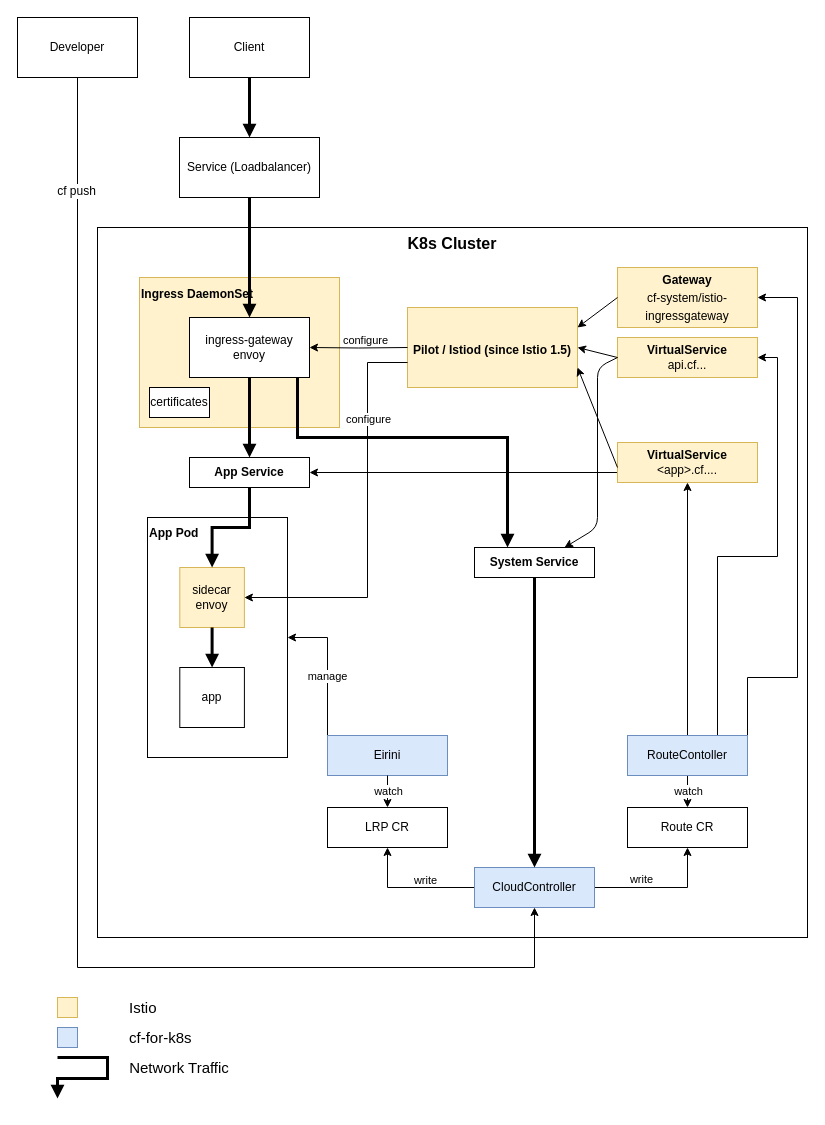
akhinos/cf4k8s-networking keeps this draw.io diagram as doc/Network.drawio. Above is the earlier version. Source tidied: cells renumbered, new cells numbered last; positions are measured from the earlier drawing's top-left corner, leaving out a move shared by most shapes. Both pictures are drawn from the tidied source at 100%, with x=0, y=0 at pixel (17, 17).
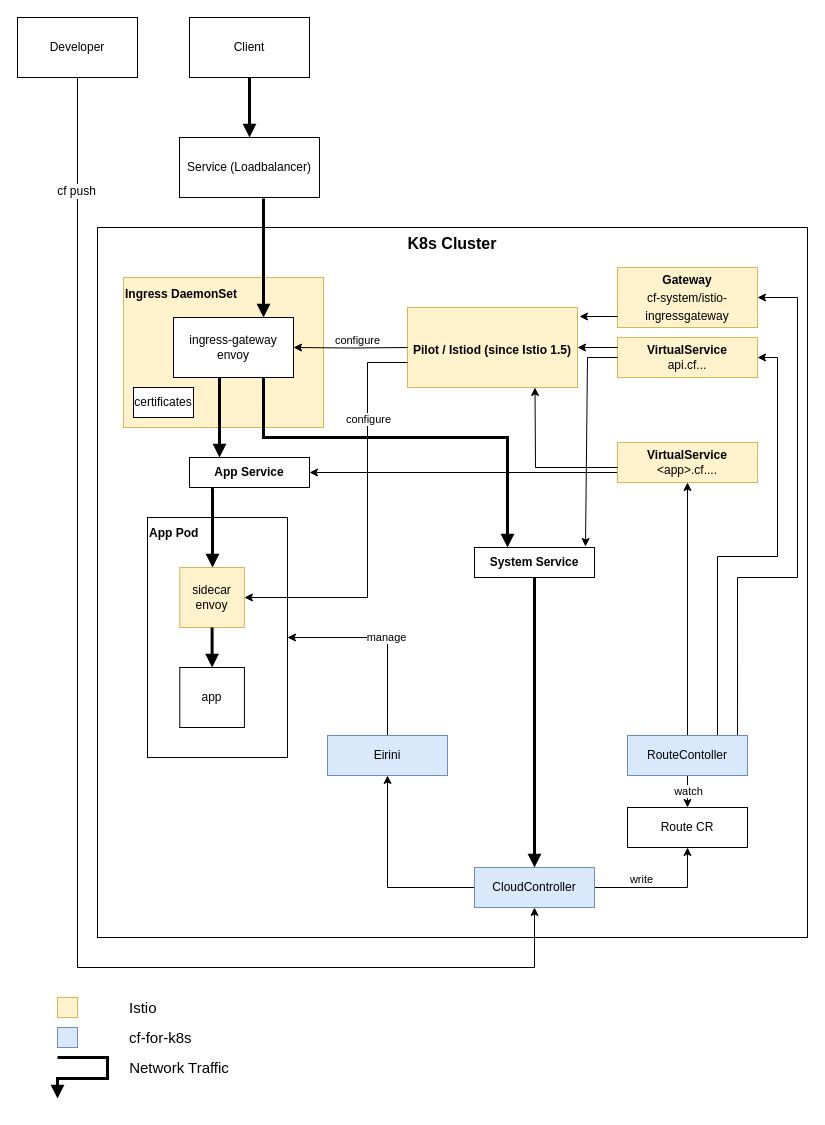
After the change.

Unchanged cells that the change refers to:
```xml
<mxCell id="8" value="Service (Loadbalancer)" style="rounded=0;whiteSpace=wrap;html=1;" parent="1" vertex="1">
  <mxGeometry x="162" y="120" width="140" height="60" as="geometry" />
</mxCell>
<mxCell id="10" value="&lt;font style=&quot;font-size: 12px&quot;&gt;App Pod&lt;/font&gt;" style="rounded=0;whiteSpace=wrap;html=1;verticalAlign=top;fontSize=14;fontStyle=1;align=left;" parent="9" vertex="1">
  <mxGeometry width="140" height="240" as="geometry" />
</mxCell>
<mxCell id="11" value="sidecar&lt;br&gt;envoy" style="rounded=0;whiteSpace=wrap;html=1;fillColor=#fff2cc;strokeColor=#d6b656;" parent="9" vertex="1">
  <mxGeometry x="32.3" y="50" width="64.6" height="60" as="geometry" />
</mxCell>
<mxCell id="14" value="&lt;div style=&quot;line-height: 18px&quot;&gt;&lt;font&gt;&lt;b&gt;&lt;font style=&quot;font-size: 12px&quot;&gt;Gateway&lt;/font&gt;&lt;br&gt;&lt;/b&gt;&lt;/font&gt;cf-system/istio-ingressgateway&lt;/div&gt;" style="rounded=0;whiteSpace=wrap;html=1;fillColor=#fff2cc;strokeColor=#d6b656;labelBackgroundColor=none;" parent="1" vertex="1">
  <mxGeometry x="600" y="250" width="140" height="60" as="geometry" />
</mxCell>
<mxCell id="15" value="&lt;b&gt;VirtualService&lt;/b&gt;&lt;br&gt;api.cf..." style="rounded=0;whiteSpace=wrap;html=1;fillColor=#fff2cc;strokeColor=#d6b656;" parent="1" vertex="1">
  <mxGeometry x="600" y="320" width="140" height="40" as="geometry" />
</mxCell>
<mxCell id="17" value="&lt;b&gt;&lt;br&gt;&lt;br&gt;Pilot / Istiod (since Istio 1.5)&lt;/b&gt;" style="rounded=0;whiteSpace=wrap;html=1;verticalAlign=top;fillColor=#fff2cc;strokeColor=#d6b656;" parent="16" vertex="1">
  <mxGeometry width="170" height="80" as="geometry" />
</mxCell>
<mxCell id="23" value="RouteContoller" style="rounded=0;whiteSpace=wrap;html=1;fillColor=#dae8fc;strokeColor=#6c8ebf;" parent="1" vertex="1">
  <mxGeometry x="610" y="718" width="120" height="40" as="geometry" />
</mxCell>
<mxCell id="28" value="CloudController" style="rounded=0;whiteSpace=wrap;html=1;fillColor=#dae8fc;strokeColor=#6c8ebf;" parent="1" vertex="1">
  <mxGeometry x="457" y="850" width="120" height="40" as="geometry" />
</mxCell>
<mxCell id="32" value="ingress-gateway&lt;br&gt;envoy" style="rounded=0;whiteSpace=wrap;html=1;" parent="30" vertex="1">
  <mxGeometry x="50" y="40" width="120" height="60" as="geometry" />
</mxCell>
<mxCell id="43" value="&lt;font style=&quot;font-size: 12px&quot;&gt;System Service&lt;/font&gt;" style="rounded=0;whiteSpace=wrap;html=1;fontSize=12;fontStyle=1;" parent="1" vertex="1">
  <mxGeometry x="457" y="530" width="120" height="30" as="geometry" />
</mxCell>
<mxCell id="45" value="&lt;font style=&quot;font-size: 12px&quot;&gt;App Service&lt;/font&gt;" style="rounded=0;whiteSpace=wrap;html=1;fontSize=12;fontStyle=1;" parent="1" vertex="1">
  <mxGeometry x="172" y="440" width="120" height="30" as="geometry" />
</mxCell>
<mxCell id="47" value="Eirini" style="rounded=0;whiteSpace=wrap;html=1;fillColor=#dae8fc;strokeColor=#6c8ebf;" parent="1" vertex="1">
  <mxGeometry x="310" y="718" width="120" height="40" as="geometry" />
</mxCell>
```

What changed in the source:
```diff
@@
-    <mxCell id="19" style="edgeStyle=orthogonalEdgeStyle;rounded=0;jettySize=auto;html=1;exitX=1;exitY=0.5;exitDx=0;exitDy=0;entryX=1;entryY=0.5;entryDx=0;entryDy=0;fontSize=11;" parent="1" edge="1" source="23" target="14">
+    <mxCell id="19" style="edgeStyle=orthogonalEdgeStyle;rounded=0;jettySize=auto;html=1;exitX=0.917;exitY=0.05;exitDx=0;exitDy=0;entryX=1;entryY=0.5;entryDx=0;entryDy=0;fontSize=11;exitPerimeter=0;" parent="1" edge="1" source="23" target="14">
       <mxGeometry relative="1" as="geometry">
         <Array as="points">
-          <mxPoint x="730" y="660" />
-          <mxPoint x="780" y="660" />
+          <mxPoint x="720" y="720" />
+          <mxPoint x="720" y="560" />
+          <mxPoint x="780" y="560" />
           <mxPoint x="780" y="280" />
         </Array>
       </mxGeometry>
     </mxCell>
@@
-    <mxCell id="26" style="edgeStyle=orthogonalEdgeStyle;rounded=0;jettySize=auto;html=1;exitX=0;exitY=0.5;exitDx=0;exitDy=0;entryX=0.5;entryY=1;entryDx=0;entryDy=0;" parent="1" edge="1" source="28" target="49">
+    <mxCell id="26" style="edgeStyle=orthogonalEdgeStyle;rounded=0;jettySize=auto;html=1;exitX=0;exitY=0.5;exitDx=0;exitDy=0;entryX=0.5;entryY=1;entryDx=0;entryDy=0;" parent="1" edge="1" source="28" target="47">
       <mxGeometry relative="1" as="geometry" />
     </mxCell>
-    <mxCell id="27" value="write" style="edgeLabel;html=1;align=center;verticalAlign=middle;" parent="26" vertex="1">
-      <mxGeometry x="0.2" y="-2" relative="1" as="geometry">
-        <mxPoint x="26" y="-6" as="offset" />
-      </mxGeometry>
-    </mxCell>
@@
     <mxCell id="30" style="group;fillColor=#fff2cc;strokeColor=#d6b656;" parent="1" vertex="1">
-      <mxGeometry x="122" y="260" width="200" height="150" as="geometry" />
+      <mxGeometry x="106" y="260" width="200" height="150" as="geometry" />
     </mxCell>
@@
-    <mxCell id="36" style="edgeStyle=orthogonalEdgeStyle;rounded=0;jettySize=auto;html=1;exitX=0.5;exitY=1;exitDx=0;exitDy=0;entryX=0.5;entryY=0;entryDx=0;entryDy=0;strokeWidth=3;endFill=1;endArrow=block;" parent="1" edge="1" source="32" target="45">
-      <mxGeometry relative="1" as="geometry" />
+    <mxCell id="36" style="edgeStyle=orthogonalEdgeStyle;rounded=0;jettySize=auto;html=1;entryX=0.25;entryY=0;entryDx=0;entryDy=0;strokeWidth=3;endFill=1;endArrow=block;" parent="1" edge="1" target="45">
+      <mxGeometry relative="1" as="geometry">
+        <mxPoint x="202" y="360" as="sourcePoint" />
+        <Array as="points">
+          <mxPoint x="202" y="360" />
+        </Array>
+      </mxGeometry>
     </mxCell>
-    <mxCell id="37" style="edgeStyle=orthogonalEdgeStyle;rounded=0;jettySize=auto;html=1;exitX=0.5;exitY=1;exitDx=0;exitDy=0;strokeWidth=3;endFill=1;endArrow=block;" parent="1" edge="1" source="8" target="32">
-      <mxGeometry relative="1" as="geometry" />
+    <mxCell id="37" style="edgeStyle=orthogonalEdgeStyle;rounded=0;jettySize=auto;html=1;strokeWidth=3;endFill=1;endArrow=block;entryX=0.75;entryY=0;entryDx=0;entryDy=0;" parent="1" edge="1" target="32">
+      <mxGeometry relative="1" as="geometry">
+        <mxPoint x="246" y="181" as="sourcePoint" />
+        <Array as="points">
+          <mxPoint x="246" y="181" />
+        </Array>
+      </mxGeometry>
     </mxCell>
@@
-    <mxCell id="40" style="edgeStyle=orthogonalEdgeStyle;rounded=0;jettySize=auto;html=1;exitX=0.5;exitY=1;exitDx=0;exitDy=0;fontSize=11;strokeWidth=3;endFill=1;endArrow=block;" parent="1" edge="1" source="45" target="11">
-      <mxGeometry relative="1" as="geometry" />
+    <mxCell id="40" style="edgeStyle=orthogonalEdgeStyle;rounded=0;jettySize=auto;html=1;exitX=0.2;exitY=1.033;exitDx=0;exitDy=0;fontSize=11;strokeWidth=3;endFill=1;endArrow=block;exitPerimeter=0;" parent="1" edge="1" source="45" target="11">
+      <mxGeometry relative="1" as="geometry">
+        <Array as="points">
+          <mxPoint x="195" y="471" />
+        </Array>
+      </mxGeometry>
     </mxCell>
@@
-    <mxCell id="44" style="edgeStyle=orthogonalEdgeStyle;rounded=0;jettySize=auto;html=1;endArrow=block;endFill=1;strokeWidth=3;fontSize=12;" parent="1" edge="1" target="43">
+    <mxCell id="44" style="edgeStyle=orthogonalEdgeStyle;rounded=0;jettySize=auto;html=1;endArrow=block;endFill=1;strokeWidth=3;fontSize=12;exitX=0.75;exitY=1;exitDx=0;exitDy=0;" parent="1" edge="1" source="32" target="43">
       <mxGeometry relative="1" as="geometry">
-        <mxPoint x="280" y="360" as="sourcePoint" />
         <Array as="points">
-          <mxPoint x="280" y="420" />
+          <mxPoint x="246" y="420" />
           <mxPoint x="490" y="420" />
         </Array>
       </mxGeometry>
     </mxCell>
@@
-    <mxCell id="46" value="manage" style="edgeStyle=orthogonalEdgeStyle;rounded=0;jettySize=auto;html=1;exitX=0;exitY=0.5;exitDx=0;exitDy=0;entryX=1;entryY=0.5;entryDx=0;entryDy=0;" parent="1" edge="1" source="47" target="10">
+    <mxCell id="46" value="manage" style="edgeStyle=orthogonalEdgeStyle;rounded=0;jettySize=auto;html=1;exitX=0.5;exitY=0;exitDx=0;exitDy=0;entryX=1;entryY=0.5;entryDx=0;entryDy=0;" parent="1" edge="1" source="47" target="10">
       <mxGeometry relative="1" as="geometry">
         <Array as="points">
-          <mxPoint x="310" y="620" />
+          <mxPoint x="370" y="620" />
         </Array>
       </mxGeometry>
     </mxCell>
@@
-    <mxCell id="48" style="edgeStyle=orthogonalEdgeStyle;rounded=0;jettySize=auto;html=1;exitX=0.5;exitY=1;exitDx=0;exitDy=0;entryX=0.5;entryY=0;entryDx=0;entryDy=0;" parent="1" edge="1" source="47" target="49">
-      <mxGeometry relative="1" as="geometry" />
-    </mxCell>
-    <mxCell id="49" value="LRP CR" style="rounded=0;whiteSpace=wrap;html=1;" parent="1" vertex="1">
-      <mxGeometry x="310" y="790" width="120" height="40" as="geometry" />
-    </mxCell>
@@
-    <mxCell id="62" style="endArrow=classic;html=1;exitX=0;exitY=0.5;exitDx=0;exitDy=0;entryX=0.75;entryY=0;entryDx=0;entryDy=0;" parent="1" edge="1" source="15" target="43">
+    <mxCell id="62" style="endArrow=classic;html=1;exitX=0;exitY=0.5;exitDx=0;exitDy=0;entryX=0.925;entryY=-0.033;entryDx=0;entryDy=0;rounded=0;entryPerimeter=0;" parent="1" edge="1" source="15" target="43">
       <mxGeometry relative="1" as="geometry">
         <Array as="points">
-          <mxPoint x="580" y="350" />
-          <mxPoint x="580" y="510" />
+          <mxPoint x="570" y="340" />
         </Array>
       </mxGeometry>
     </mxCell>
-    <mxCell id="63" value="watch" style="edgeLabel;html=1;align=center;verticalAlign=middle;" parent="1" vertex="1">
-      <mxGeometry x="687" y="788" as="geometry">
-        <mxPoint x="-317" y="-15" as="offset" />
-      </mxGeometry>
-    </mxCell>
-    <mxCell id="64" style="endArrow=classic;html=1;exitX=0;exitY=0.5;exitDx=0;exitDy=0;entryX=1;entryY=0.25;entryDx=0;entryDy=0;" parent="1" edge="1" source="14" target="17">
-      <mxGeometry relative="1" as="geometry" />
+    <mxCell id="64" style="endArrow=classic;html=1;" parent="1" edge="1">
+      <mxGeometry relative="1" as="geometry">
+        <mxPoint x="600" y="299" as="sourcePoint" />
+        <mxPoint x="562" y="299" as="targetPoint" />
+      </mxGeometry>
     </mxCell>
-    <mxCell id="65" style="endArrow=classic;html=1;exitX=0;exitY=0.5;exitDx=0;exitDy=0;entryX=1;entryY=0.5;entryDx=0;entryDy=0;" parent="1" edge="1" source="15" target="17">
+    <mxCell id="65" style="endArrow=classic;html=1;exitX=0;exitY=0.25;exitDx=0;exitDy=0;entryX=1;entryY=0.5;entryDx=0;entryDy=0;" parent="1" edge="1" source="15" target="17">
       <mxGeometry relative="1" as="geometry" />
     </mxCell>
-    <mxCell id="66" style="endArrow=classic;html=1;entryX=1;entryY=0.75;entryDx=0;entryDy=0;" parent="1" edge="1" target="17">
+    <mxCell id="66" style="endArrow=classic;html=1;entryX=0.75;entryY=1;entryDx=0;entryDy=0;rounded=0;" parent="1" edge="1" target="17">
       <mxGeometry relative="1" as="geometry">
         <mxPoint x="600" y="450" as="sourcePoint" />
+        <Array as="points">
+          <mxPoint x="518" y="450" />
+        </Array>
       </mxGeometry>
     </mxCell>
```
